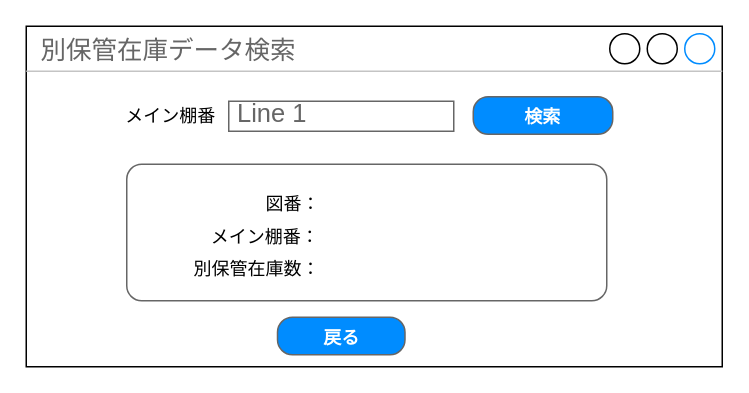
Above: page "別保管在庫データ検索" (5 of 6) of 別保管データ移行ツール.drawio in kikezawa/drowio (draw.io), before the change. Source tidied: cells renumbered, new cells numbered last; positions are measured from the earlier drawing's top-left corner, leaving out a move shared by most shapes. Both pictures are drawn from the tidied source at 150%, with x=0, y=0 at pixel (26, 26).
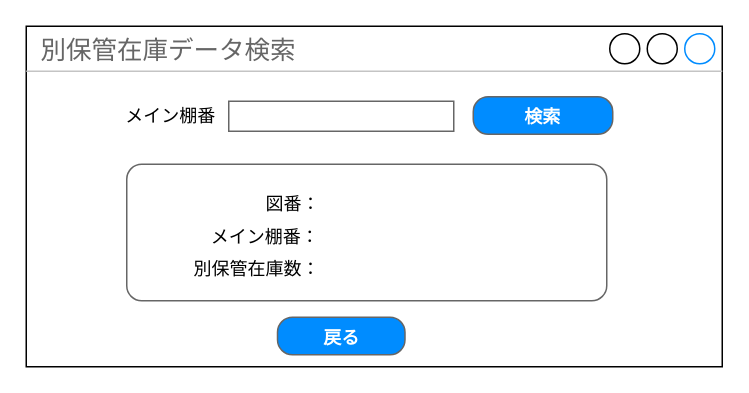
The same diagram, later.

Change to the diagram source:
```diff
@@
 <mxGraphModel>
   <root>
     <mxCell id="0" />
     <mxCell id="1" parent="0" />
     <mxCell id="2" value="別保管在庫データ検索" style="strokeWidth=1;shadow=0;dashed=0;align=center;html=1;shape=mxgraph.mockup.containers.window;align=left;verticalAlign=top;spacingLeft=8;strokeColor2=#008cff;strokeColor3=#c4c4c4;fontColor=#666666;mainText=;fontSize=17;labelBackgroundColor=none;" parent="1" vertex="1">
       <mxGeometry width="464" height="227" as="geometry" />
     </mxCell>
     <mxCell id="3" value="メイン棚番" style="text;html=1;strokeColor=none;fillColor=none;align=center;verticalAlign=middle;whiteSpace=wrap;rounded=0;fontSize=12;" parent="1" vertex="1">
       <mxGeometry x="55" y="50" width="83" height="20" as="geometry" />
     </mxCell>
-    <mxCell id="4" value="Line 1" style="strokeWidth=1;shadow=0;dashed=0;align=center;html=1;shape=mxgraph.mockup.text.textBox;fontColor=#666666;align=left;fontSize=17;spacingLeft=4;spacingTop=-3;strokeColor=#666666;mainText=;" parent="1" vertex="1">
+    <mxCell id="4" value="&amp;nbsp;" style="strokeWidth=1;shadow=0;dashed=0;align=center;html=1;shape=mxgraph.mockup.text.textBox;fontColor=#666666;align=left;fontSize=17;spacingLeft=4;spacingTop=-3;strokeColor=#666666;mainText=;" parent="1" vertex="1">
       <mxGeometry x="135" y="50" width="150" height="20" as="geometry" />
     </mxCell>
     <mxCell id="5" style="shape=mxgraph.mockup.containers.marginRect;rectMarginTop=10;strokeColor=#666666;strokeWidth=1;dashed=0;rounded=1;arcSize=5;fontSize=12;" parent="1" vertex="1">
       <mxGeometry x="67" y="82" width="320" height="101" as="geometry" />
     </mxCell>
     <mxCell id="6" value="図番：" style="text;html=1;strokeColor=none;fillColor=none;align=center;verticalAlign=middle;whiteSpace=wrap;rounded=0;fontSize=12;" parent="1" vertex="1">
       <mxGeometry x="158" y="102" width="40" height="33" as="geometry" />
     </mxCell>
     <mxCell id="7" value="別保管在庫数：" style="text;html=1;strokeColor=none;fillColor=none;align=center;verticalAlign=middle;whiteSpace=wrap;rounded=0;fontSize=12;" parent="1" vertex="1">
       <mxGeometry x="108" y="141" width="92" height="41" as="geometry" />
     </mxCell>
     <mxCell id="8" value="メイン棚番：" style="text;html=1;strokeColor=none;fillColor=none;align=center;verticalAlign=middle;whiteSpace=wrap;rounded=0;fontSize=12;" parent="1" vertex="1">
       <mxGeometry x="114" y="131" width="91" height="20" as="geometry" />
     </mxCell>
     <mxCell id="9" value="&lt;font style=&quot;font-size: 12px&quot;&gt;検索&lt;/font&gt;" style="strokeWidth=1;shadow=0;dashed=0;align=center;html=1;shape=mxgraph.mockup.buttons.button;strokeColor=#666666;fontColor=#ffffff;mainText=;buttonStyle=round;fontSize=17;fontStyle=1;fillColor=#008cff;whiteSpace=wrap;" parent="1" vertex="1">
       <mxGeometry x="298" y="47" width="93" height="25" as="geometry" />
     </mxCell>
     <mxCell id="10" value="&lt;font style=&quot;font-size: 12px&quot;&gt;戻る&lt;/font&gt;" style="strokeWidth=1;shadow=0;dashed=0;align=center;html=1;shape=mxgraph.mockup.buttons.button;strokeColor=#666666;fontColor=#ffffff;mainText=;buttonStyle=round;fontSize=17;fontStyle=1;fillColor=#008cff;whiteSpace=wrap;" parent="1" vertex="1">
       <mxGeometry x="167.5" y="194" width="85" height="25" as="geometry" />
     </mxCell>
   </root>
 </mxGraphModel>
```
